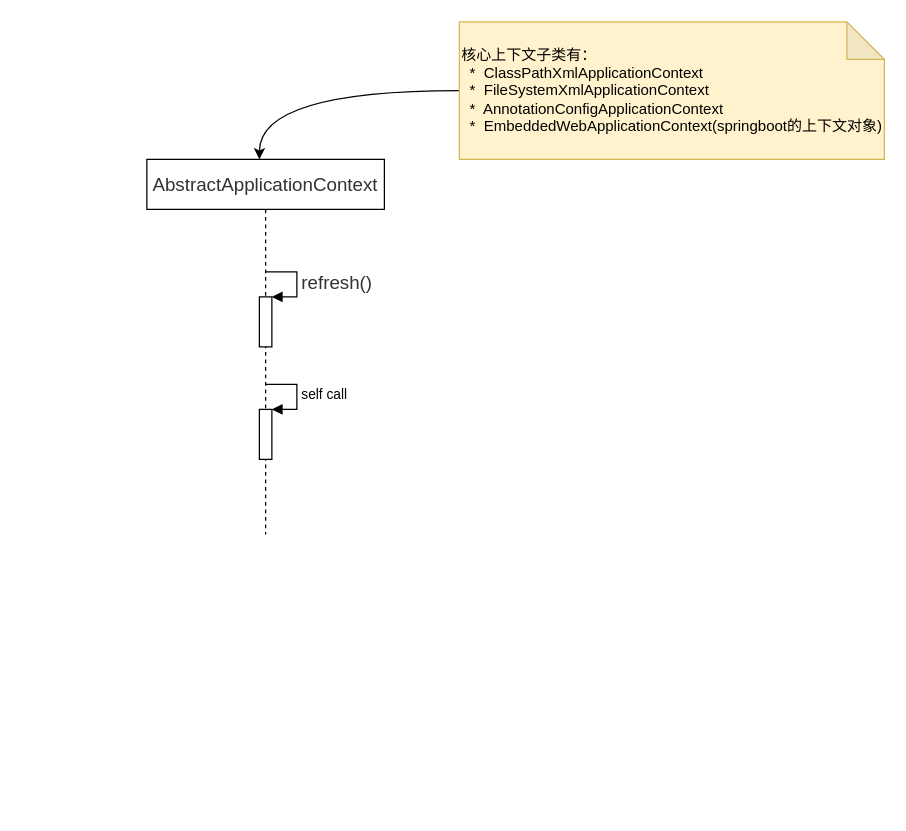
Above: note attachments/02-后端框架/03-Spring/Spirng 容器初始化与对象实例化全流程.drawio in MooNkirA/code-learning-note (draw.io), before the change. Source tidied: cells renumbered, new cells numbered last; positions are measured from the earlier drawing's top-left corner, leaving out a move shared by most shapes. Both pictures are drawn from the tidied source at 125%, with x=0, y=0 at pixel (146, 21).
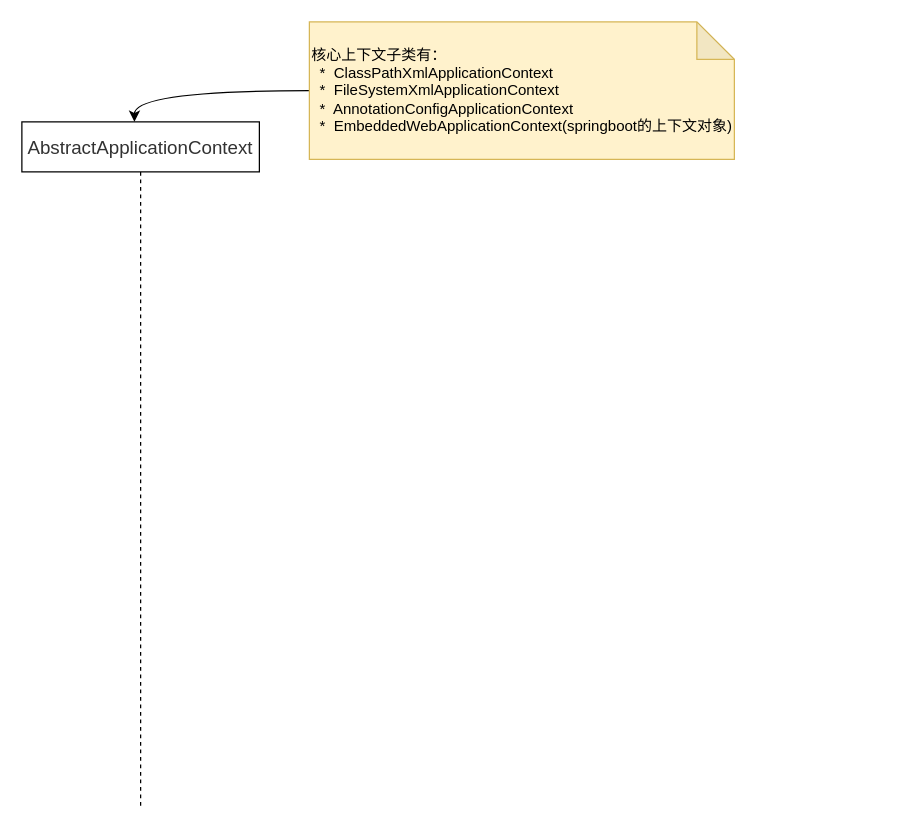
The same diagram, later.

Diff of the diagram source:
```diff
@@
 <mxGraphModel>
   <root>
     <mxCell id="0" />
     <mxCell id="1" parent="0" />
     <mxCell id="2" value="&lt;span style=&quot;color: rgb(50 , 50 , 50) ; font-family: &amp;#34;arial&amp;#34; ; font-size: 15px ; background-color: rgba(255 , 255 , 255 , 0.01)&quot;&gt;AbstractApplicationContext&lt;/span&gt;" style="shape=umlLifeline;perimeter=lifelinePerimeter;whiteSpace=wrap;html=1;outlineConnect=0;" parent="1" vertex="1">
-      <mxGeometry y="110" width="190" height="300" as="geometry" />
+      <mxGeometry x="-100" y="80" width="190" height="550" as="geometry" />
     </mxCell>
-    <mxCell id="3" style="html=1;points=[];perimeter=orthogonalPerimeter;align=left;" parent="2" vertex="1">
-      <mxGeometry x="90" y="110" width="10" height="40" as="geometry" />
-    </mxCell>
-    <mxCell id="4" value="&lt;span style=&quot;color: rgb(50 , 50 , 50) ; font-family: &amp;#34;arial&amp;#34; ; font-size: 15px ; text-align: center ; background-color: rgba(255 , 255 , 255 , 0.01)&quot;&gt;refresh()&lt;/span&gt;" style="edgeStyle=orthogonalEdgeStyle;html=1;align=left;spacingLeft=2;endArrow=block;rounded=0;entryX=1;entryY=0;" parent="2" edge="1" target="3">
-      <mxGeometry relative="1" as="geometry">
-        <mxPoint x="95" y="90" as="sourcePoint" />
-        <Array as="points">
-          <mxPoint x="120" y="90" />
-        </Array>
-      </mxGeometry>
-    </mxCell>
-    <mxCell id="5" style="html=1;points=[];perimeter=orthogonalPerimeter;" parent="2" vertex="1">
-      <mxGeometry x="90" y="200" width="10" height="40" as="geometry" />
-    </mxCell>
-    <mxCell id="6" value="self call" style="edgeStyle=orthogonalEdgeStyle;html=1;align=left;spacingLeft=2;endArrow=block;rounded=0;entryX=1;entryY=0;" parent="2" edge="1" target="5">
-      <mxGeometry relative="1" as="geometry">
-        <mxPoint x="95" y="180" as="sourcePoint" />
-        <Array as="points">
-          <mxPoint x="120" y="180" />
-        </Array>
-      </mxGeometry>
-    </mxCell>
     <mxCell id="7" style="edgeStyle=orthogonalEdgeStyle;curved=1;rounded=0;jettySize=auto;html=1;entryX=0.474;entryY=0;entryDx=0;entryDy=0;entryPerimeter=0;" parent="1" edge="1" source="8" target="2">
       <mxGeometry relative="1" as="geometry" />
     </mxCell>
     <mxCell id="8" value="&lt;div&gt;核心上下文子类有：&lt;/div&gt;&lt;div&gt;&amp;nbsp; *&amp;nbsp; ClassPathXmlApplicationContext&lt;/div&gt;&lt;div&gt;&amp;nbsp; *&amp;nbsp; FileSystemXmlApplicationContext&lt;/div&gt;&lt;div&gt;&amp;nbsp; *&amp;nbsp; AnnotationConfigApplicationContext&lt;/div&gt;&lt;div&gt;&amp;nbsp; *&amp;nbsp; EmbeddedWebApplicationContext(springboot的上下文对象)&lt;/div&gt;" style="shape=note;whiteSpace=wrap;html=1;backgroundOutline=1;darkOpacity=0.05;align=left;fillColor=#fff2cc;strokeColor=#d6b656;" parent="1" vertex="1">
-      <mxGeometry x="250" width="340" height="110" as="geometry" />
+      <mxGeometry x="130" width="340" height="110" as="geometry" />
     </mxCell>
   </root>
 </mxGraphModel>
```
